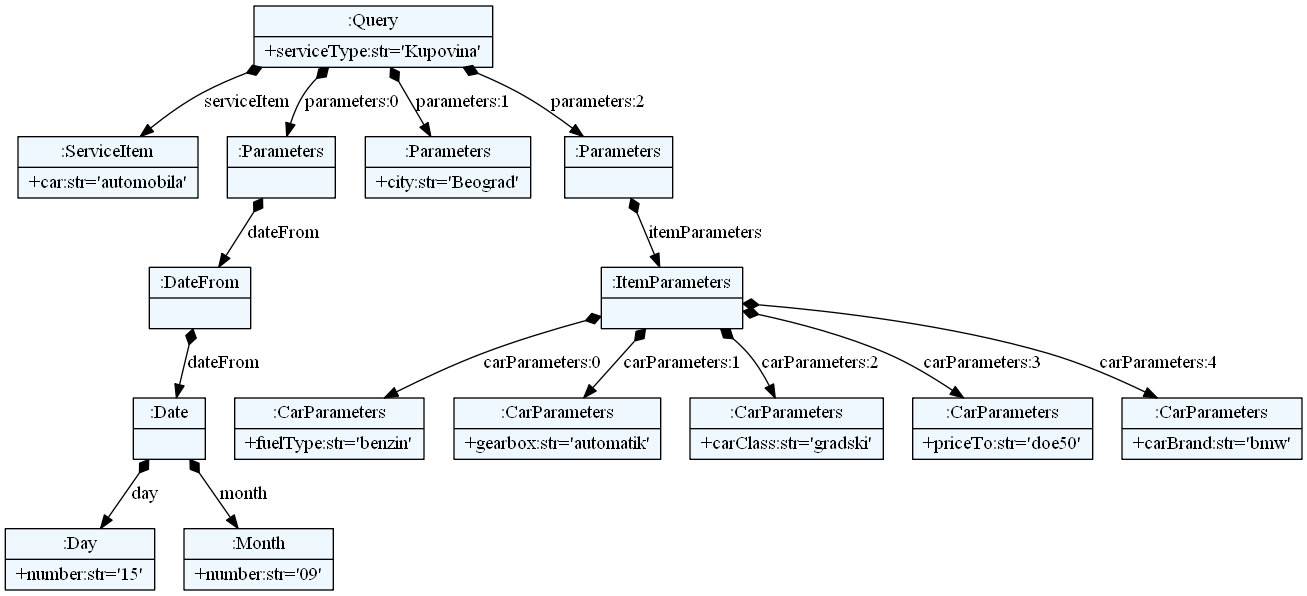
ftnE2-tim1-2016-17/jsd keeps this Graphviz diagram as textXGrammar/test.png. Above is the earlier version. Its source is kept beside it as textXGrammar/test.dot. Its diagram source:
```dot
    digraph xtext {
    fontname = "Bitstream Vera Sans"
    fontsize = 8
    node[
        shape=record,
        style=filled,
        fillcolor=aliceblue
    ]
    nodesep = 0.3
    edge[dir=black,arrowtail=empty]


61929616 -> 61906320 [label="serviceItem" arrowtail=diamond dir=both]
61906320[label="{:ServiceItem|+car:str='automobila'\l}"]
61929616 -> 61905264 [label="parameters:0" arrowtail=diamond dir=both]
61905264 -> 61906640 [label="dateFrom" arrowtail=diamond dir=both]
61906640 -> 61942096 [label="dateFrom" arrowtail=diamond dir=both]
61942096 -> 61942192 [label="day" arrowtail=diamond dir=both]
61942192[label="{:Day|+number:str='15'\l}"]
61942096 -> 61942320 [label="month" arrowtail=diamond dir=both]
61942320[label="{:Month|+number:str='09'\l}"]
61942096[label="{:Date|}"]
61906640[label="{:DateFrom|}"]
61905264[label="{:Parameters|}"]
61929616 -> 61906736 [label="parameters:1" arrowtail=diamond dir=both]
61906736[label="{:Parameters|+city:str='Beograd'\l}"]
61929616 -> 61903248 [label="parameters:2" arrowtail=diamond dir=both]
61903248 -> 61940464 [label="itemParameters" arrowtail=diamond dir=both]
61940464 -> 61942352 [label="carParameters:0" arrowtail=diamond dir=both]
61942352[label="{:CarParameters|+fuelType:str='benzin'\l}"]
61940464 -> 61942384 [label="carParameters:1" arrowtail=diamond dir=both]
61942384[label="{:CarParameters|+gearbox:str='automatik'\l}"]
61940464 -> 61942416 [label="carParameters:2" arrowtail=diamond dir=both]
61942416[label="{:CarParameters|+carClass:str='gradski'\l}"]
61940464 -> 61942448 [label="carParameters:3" arrowtail=diamond dir=both]
61942448[label="{:CarParameters|+priceTo:str='doe50'\l}"]
61940464 -> 61942480 [label="carParameters:4" arrowtail=diamond dir=both]
61942480[label="{:CarParameters|+carBrand:str='bmw'\l}"]
61940464[label="{:ItemParameters|}"]
61903248[label="{:Parameters|}"]
61929616[label="{:Query|+serviceType:str='Kupovina'\l}"]

}
```
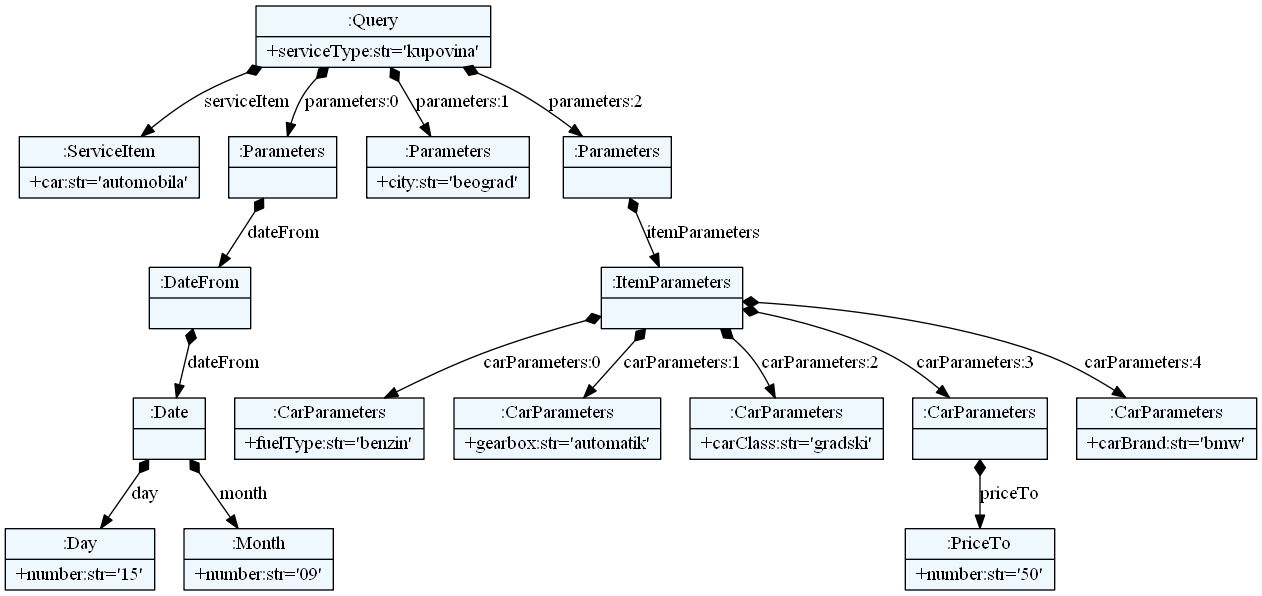
After the commit.

Change to the diagram source:
```diff
@@ -10,34 +10,36 @@
     edge[dir=black,arrowtail=empty]
 
 
-61929616 -> 61906320 [label="serviceItem" arrowtail=diamond dir=both]
-61906320[label="{:ServiceItem|+car:str='automobila'\l}"]
-61929616 -> 61905264 [label="parameters:0" arrowtail=diamond dir=both]
-61905264 -> 61906640 [label="dateFrom" arrowtail=diamond dir=both]
-61906640 -> 61942096 [label="dateFrom" arrowtail=diamond dir=both]
-61942096 -> 61942192 [label="day" arrowtail=diamond dir=both]
-61942192[label="{:Day|+number:str='15'\l}"]
-61942096 -> 61942320 [label="month" arrowtail=diamond dir=both]
-61942320[label="{:Month|+number:str='09'\l}"]
-61942096[label="{:Date|}"]
-61906640[label="{:DateFrom|}"]
-61905264[label="{:Parameters|}"]
-61929616 -> 61906736 [label="parameters:1" arrowtail=diamond dir=both]
-61906736[label="{:Parameters|+city:str='Beograd'\l}"]
-61929616 -> 61903248 [label="parameters:2" arrowtail=diamond dir=both]
-61903248 -> 61940464 [label="itemParameters" arrowtail=diamond dir=both]
-61940464 -> 61942352 [label="carParameters:0" arrowtail=diamond dir=both]
-61942352[label="{:CarParameters|+fuelType:str='benzin'\l}"]
-61940464 -> 61942384 [label="carParameters:1" arrowtail=diamond dir=both]
-61942384[label="{:CarParameters|+gearbox:str='automatik'\l}"]
-61940464 -> 61942416 [label="carParameters:2" arrowtail=diamond dir=both]
-61942416[label="{:CarParameters|+carClass:str='gradski'\l}"]
-61940464 -> 61942448 [label="carParameters:3" arrowtail=diamond dir=both]
-61942448[label="{:CarParameters|+priceTo:str='doe50'\l}"]
-61940464 -> 61942480 [label="carParameters:4" arrowtail=diamond dir=both]
-61942480[label="{:CarParameters|+carBrand:str='bmw'\l}"]
-61940464[label="{:ItemParameters|}"]
-61903248[label="{:Parameters|}"]
-61929616[label="{:Query|+serviceType:str='Kupovina'\l}"]
+60366672 -> 60365776 [label="serviceItem" arrowtail=diamond dir=both]
+60365776[label="{:ServiceItem|+car:str='automobila'\l}"]
+60366672 -> 60366192 [label="parameters:0" arrowtail=diamond dir=both]
+60366192 -> 60366736 [label="dateFrom" arrowtail=diamond dir=both]
+60366736 -> 60366768 [label="dateFrom" arrowtail=diamond dir=both]
+60366768 -> 60365936 [label="day" arrowtail=diamond dir=both]
+60365936[label="{:Day|+number:str='15'\l}"]
+60366768 -> 60366224 [label="month" arrowtail=diamond dir=both]
+60366224[label="{:Month|+number:str='09'\l}"]
+60366768[label="{:Date|}"]
+60366736[label="{:DateFrom|}"]
+60366192[label="{:Parameters|}"]
+60366672 -> 60366160 [label="parameters:1" arrowtail=diamond dir=both]
+60366160[label="{:Parameters|+city:str='beograd'\l}"]
+60366672 -> 60365296 [label="parameters:2" arrowtail=diamond dir=both]
+60365296 -> 60365264 [label="itemParameters" arrowtail=diamond dir=both]
+60365264 -> 60365488 [label="carParameters:0" arrowtail=diamond dir=both]
+60365488[label="{:CarParameters|+fuelType:str='benzin'\l}"]
+60365264 -> 60365904 [label="carParameters:1" arrowtail=diamond dir=both]
+60365904[label="{:CarParameters|+gearbox:str='automatik'\l}"]
+60365264 -> 60365456 [label="carParameters:2" arrowtail=diamond dir=both]
+60365456[label="{:CarParameters|+carClass:str='gradski'\l}"]
+60365264 -> 60366288 [label="carParameters:3" arrowtail=diamond dir=both]
+60366288 -> 60365136 [label="priceTo" arrowtail=diamond dir=both]
+60365136[label="{:PriceTo|+number:str='50'\l}"]
+60366288[label="{:CarParameters|}"]
+60365264 -> 60366128 [label="carParameters:4" arrowtail=diamond dir=both]
+60366128[label="{:CarParameters|+carBrand:str='bmw'\l}"]
+60365264[label="{:ItemParameters|}"]
+60365296[label="{:Parameters|}"]
+60366672[label="{:Query|+serviceType:str='kupovina'\l}"]
 
 }
```
